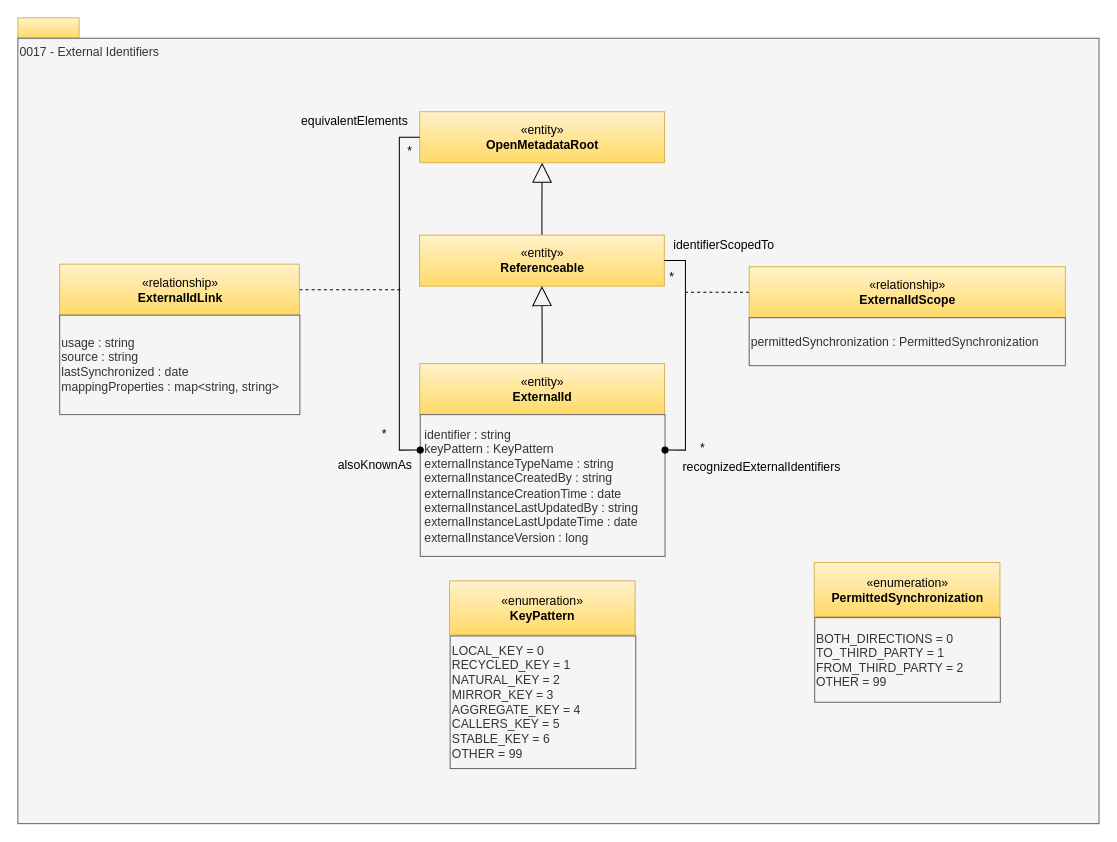
Above: page "0017-External-Identifiers" (11 of 32) of site/docs/types/0/area-0-basic-types-and-infrastructure.drawio in odpi/egeria-docs (draw.io), before the change. Source tidied: cells renumbered, new cells numbered last; positions are measured from the earlier drawing's top-left corner, leaving out a move shared by most shapes. Both pictures are drawn from the tidied source at 102%, with x=0, y=0 at pixel (17, 17).
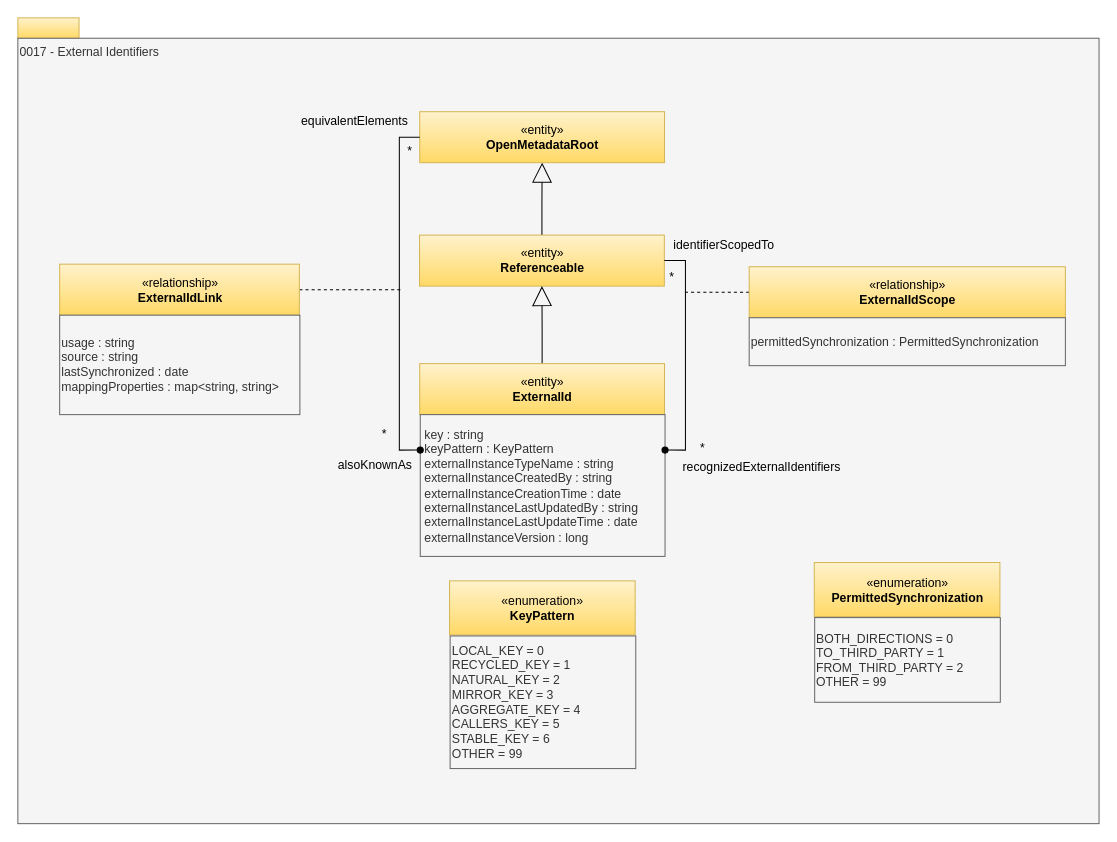
After the change.

Change to the diagram source:
```diff
@@
-    <mxCell id="11" value="identifier : string&lt;br&gt;keyPattern : KeyPattern&lt;div&gt;externalInstanceTypeName : string&lt;br&gt;externalInstanceCreatedBy : string&lt;br&gt;externalInstanceCreationTime : date&lt;br&gt;externalInstanceLastUpdatedBy : string&lt;br&gt;externalInstanceLastUpdateTime : date&lt;br&gt;externalInstanceVersion : long&lt;br&gt;&lt;div style=&quot;text-align: left&quot;&gt;&lt;/div&gt;&lt;/div&gt;" style="rounded=0;whiteSpace=wrap;html=1;strokeColor=#666666;align=left;spacingLeft=2;fillColor=#f5f5f5;fontColor=#333333;" parent="1" vertex="1">
+    <mxCell id="11" value="key : string&lt;br&gt;keyPattern : KeyPattern&lt;div&gt;externalInstanceTypeName : string&lt;br&gt;externalInstanceCreatedBy : string&lt;br&gt;externalInstanceCreationTime : date&lt;br&gt;externalInstanceLastUpdatedBy : string&lt;br&gt;externalInstanceLastUpdateTime : date&lt;br&gt;externalInstanceVersion : long&lt;br&gt;&lt;div style=&quot;text-align: left&quot;&gt;&lt;/div&gt;&lt;/div&gt;" style="rounded=0;whiteSpace=wrap;html=1;strokeColor=#666666;align=left;spacingLeft=2;fillColor=#f5f5f5;fontColor=#333333;" parent="1" vertex="1">
       <mxGeometry x="394.5" y="389" width="240" height="139" as="geometry" />
     </mxCell>
```
